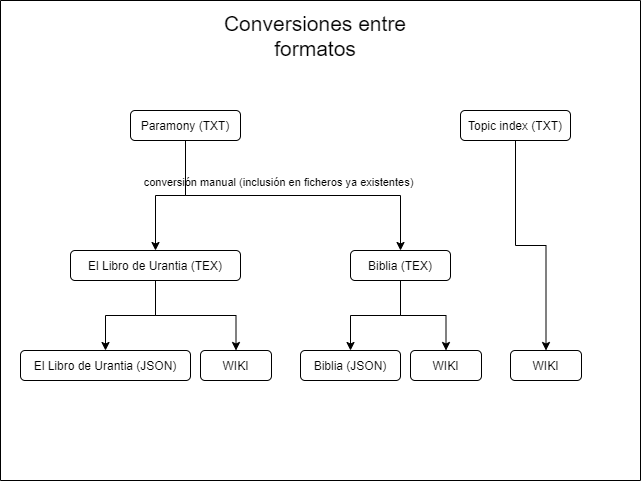
This is docs/formatos.png from JanHerca/urantiapedia, a draw.io export, as it was before one commit. Source tidied: cells renumbered, new cells last; positions are measured from the earlier drawing's top-left corner, leaving out a move shared by most shapes. The source it was exported from:
```xml
<mxGraphModel>
  <root>
    <mxCell id="0" />
    <mxCell id="1" parent="0" />
    <mxCell id="2" style="edgeStyle=orthogonalEdgeStyle;rounded=0;jettySize=auto;html=1;exitX=0.5;exitY=1;exitDx=0;exitDy=0;entryX=0.5;entryY=0;entryDx=0;entryDy=0;" parent="1" edge="1" source="5" target="8">
      <mxGeometry relative="1" as="geometry" />
    </mxCell>
    <mxCell id="3" value="conversión manual (inclusión en ficheros ya existentes)" style="edgeLabel;html=1;align=center;verticalAlign=middle;labelBackgroundColor=#ffffff;labelBorderColor=none;" parent="2" vertex="1">
      <mxGeometry x="0.23" y="2" relative="1" as="geometry">
        <mxPoint x="120" y="-15" as="offset" />
      </mxGeometry>
    </mxCell>
    <mxCell id="4" style="edgeStyle=orthogonalEdgeStyle;rounded=0;jettySize=auto;html=1;exitX=0.5;exitY=1;exitDx=0;exitDy=0;entryX=0.5;entryY=0;entryDx=0;entryDy=0;" parent="1" edge="1" source="5" target="11">
      <mxGeometry relative="1" as="geometry" />
    </mxCell>
    <mxCell id="5" value="Paramony (TXT)" style="rounded=1;whiteSpace=wrap;html=1;" parent="1" vertex="1">
      <mxGeometry x="130" y="110" width="110" height="30" as="geometry" />
    </mxCell>
    <mxCell id="6" style="edgeStyle=orthogonalEdgeStyle;rounded=0;jettySize=auto;html=1;exitX=0.5;exitY=1;exitDx=0;exitDy=0;" parent="1" edge="1" source="8" target="12">
      <mxGeometry relative="1" as="geometry" />
    </mxCell>
    <mxCell id="7" style="edgeStyle=orthogonalEdgeStyle;rounded=0;jettySize=auto;html=1;exitX=0.5;exitY=1;exitDx=0;exitDy=0;" parent="1" edge="1" source="8" target="13">
      <mxGeometry relative="1" as="geometry" />
    </mxCell>
    <mxCell id="8" value="El Libro de Urantia (TEX)" style="rounded=1;whiteSpace=wrap;html=1;" parent="1" vertex="1">
      <mxGeometry x="70" y="250" width="170" height="30" as="geometry" />
    </mxCell>
    <mxCell id="9" style="edgeStyle=orthogonalEdgeStyle;rounded=0;jettySize=auto;html=1;exitX=0.5;exitY=1;exitDx=0;exitDy=0;entryX=0.5;entryY=0;entryDx=0;entryDy=0;" parent="1" edge="1" source="11" target="15">
      <mxGeometry relative="1" as="geometry" />
    </mxCell>
    <mxCell id="10" style="edgeStyle=orthogonalEdgeStyle;rounded=0;jettySize=auto;html=1;exitX=0.5;exitY=1;exitDx=0;exitDy=0;" parent="1" edge="1" source="11" target="16">
      <mxGeometry relative="1" as="geometry" />
    </mxCell>
    <mxCell id="11" value="Biblia (TEX)" style="rounded=1;whiteSpace=wrap;html=1;" parent="1" vertex="1">
      <mxGeometry x="350" y="250" width="100" height="30" as="geometry" />
    </mxCell>
    <mxCell id="12" value="El Libro de Urantia (JSON)" style="rounded=1;whiteSpace=wrap;html=1;" parent="1" vertex="1">
      <mxGeometry x="20" y="350" width="170" height="30" as="geometry" />
    </mxCell>
    <mxCell id="13" value="WIKI" style="rounded=1;whiteSpace=wrap;html=1;" parent="1" vertex="1">
      <mxGeometry x="200" y="350" width="71" height="30" as="geometry" />
    </mxCell>
    <mxCell id="14" value="&lt;font style=&quot;font-size: 21px&quot;&gt;Conversiones entre formatos&lt;/font&gt;" style="text;html=1;strokeColor=none;fillColor=none;align=center;verticalAlign=middle;whiteSpace=wrap;rounded=0;" parent="1" vertex="1">
      <mxGeometry x="200" y="10" width="230" height="50" as="geometry" />
    </mxCell>
    <mxCell id="15" value="Biblia (JSON)" style="rounded=1;whiteSpace=wrap;html=1;" parent="1" vertex="1">
      <mxGeometry x="300" y="350" width="100" height="30" as="geometry" />
    </mxCell>
    <mxCell id="16" value="WIKI" style="rounded=1;whiteSpace=wrap;html=1;" parent="1" vertex="1">
      <mxGeometry x="410" y="350" width="71" height="30" as="geometry" />
    </mxCell>
    <mxCell id="17" style="endArrow=none;html=1;" parent="1" edge="1">
      <mxGeometry relative="1" as="geometry">
        <mxPoint as="sourcePoint" />
        <mxPoint x="640" as="targetPoint" />
      </mxGeometry>
    </mxCell>
    <mxCell id="18" style="endArrow=none;html=1;" parent="1" edge="1">
      <mxGeometry relative="1" as="geometry">
        <mxPoint as="sourcePoint" />
        <mxPoint y="480" as="targetPoint" />
      </mxGeometry>
    </mxCell>
    <mxCell id="19" style="endArrow=none;html=1;" parent="1" edge="1">
      <mxGeometry relative="1" as="geometry">
        <mxPoint x="640" as="sourcePoint" />
        <mxPoint x="640" y="480" as="targetPoint" />
      </mxGeometry>
    </mxCell>
    <mxCell id="20" style="endArrow=none;html=1;" parent="1" edge="1">
      <mxGeometry relative="1" as="geometry">
        <mxPoint y="480" as="sourcePoint" />
        <mxPoint x="640" y="480" as="targetPoint" />
      </mxGeometry>
    </mxCell>
    <mxCell id="21" style="edgeStyle=orthogonalEdgeStyle;rounded=0;jettySize=auto;html=1;exitX=0.5;exitY=1;exitDx=0;exitDy=0;entryX=0.5;entryY=0;entryDx=0;entryDy=0;" parent="1" edge="1" source="22" target="23">
      <mxGeometry relative="1" as="geometry" />
    </mxCell>
    <mxCell id="22" value="Topic index (TXT)" style="rounded=1;whiteSpace=wrap;html=1;" parent="1" vertex="1">
      <mxGeometry x="460" y="110" width="110" height="30" as="geometry" />
    </mxCell>
    <mxCell id="23" value="WIKI" style="rounded=1;whiteSpace=wrap;html=1;" parent="1" vertex="1">
      <mxGeometry x="510" y="350" width="71" height="30" as="geometry" />
    </mxCell>
  </root>
</mxGraphModel>
```
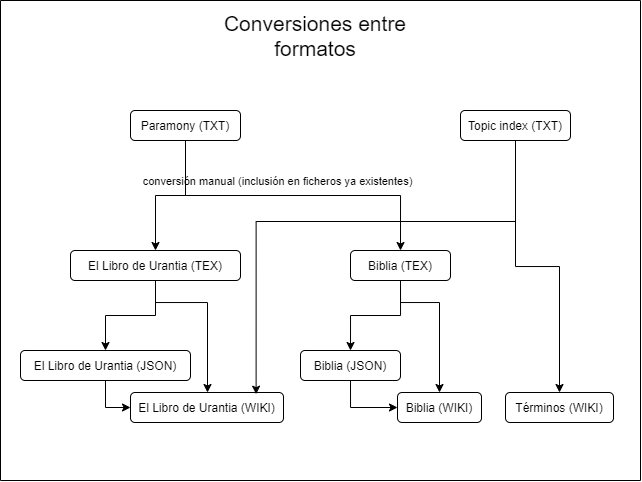
Above is the later version.

Change to the diagram source:
```diff
@@ -20,7 +20,12 @@
       <mxGeometry relative="1" as="geometry" />
     </mxCell>
     <mxCell id="7" style="edgeStyle=orthogonalEdgeStyle;rounded=0;jettySize=auto;html=1;exitX=0.5;exitY=1;exitDx=0;exitDy=0;" parent="1" edge="1" source="8" target="13">
-      <mxGeometry relative="1" as="geometry" />
+      <mxGeometry relative="1" as="geometry">
+        <Array as="points">
+          <mxPoint x="155" y="302" />
+          <mxPoint x="207" y="302" />
+        </Array>
+      </mxGeometry>
     </mxCell>
     <mxCell id="8" value="El Libro de Urantia (TEX)" style="rounded=1;whiteSpace=wrap;html=1;" parent="1" vertex="1">
       <mxGeometry x="70" y="250" width="170" height="30" as="geometry" />
@@ -29,7 +34,12 @@
       <mxGeometry relative="1" as="geometry" />
     </mxCell>
     <mxCell id="10" style="edgeStyle=orthogonalEdgeStyle;rounded=0;jettySize=auto;html=1;exitX=0.5;exitY=1;exitDx=0;exitDy=0;" parent="1" edge="1" source="11" target="16">
-      <mxGeometry relative="1" as="geometry" />
+      <mxGeometry relative="1" as="geometry">
+        <Array as="points">
+          <mxPoint x="400" y="302" />
+          <mxPoint x="439" y="302" />
+        </Array>
+      </mxGeometry>
     </mxCell>
     <mxCell id="11" value="Biblia (TEX)" style="rounded=1;whiteSpace=wrap;html=1;" parent="1" vertex="1">
       <mxGeometry x="350" y="250" width="100" height="30" as="geometry" />
@@ -37,8 +47,8 @@
     <mxCell id="12" value="El Libro de Urantia (JSON)" style="rounded=1;whiteSpace=wrap;html=1;" parent="1" vertex="1">
       <mxGeometry x="20" y="350" width="170" height="30" as="geometry" />
     </mxCell>
-    <mxCell id="13" value="WIKI" style="rounded=1;whiteSpace=wrap;html=1;" parent="1" vertex="1">
-      <mxGeometry x="200" y="350" width="71" height="30" as="geometry" />
+    <mxCell id="13" value="El Libro de Urantia (WIKI)" style="rounded=1;whiteSpace=wrap;html=1;" parent="1" vertex="1">
+      <mxGeometry x="130" y="392" width="153" height="30" as="geometry" />
     </mxCell>
     <mxCell id="14" value="&lt;font style=&quot;font-size: 21px&quot;&gt;Conversiones entre formatos&lt;/font&gt;" style="text;html=1;strokeColor=none;fillColor=none;align=center;verticalAlign=middle;whiteSpace=wrap;rounded=0;" parent="1" vertex="1">
       <mxGeometry x="200" y="10" width="230" height="50" as="geometry" />
@@ -46,8 +56,8 @@
     <mxCell id="15" value="Biblia (JSON)" style="rounded=1;whiteSpace=wrap;html=1;" parent="1" vertex="1">
       <mxGeometry x="300" y="350" width="100" height="30" as="geometry" />
     </mxCell>
-    <mxCell id="16" value="WIKI" style="rounded=1;whiteSpace=wrap;html=1;" parent="1" vertex="1">
-      <mxGeometry x="410" y="350" width="71" height="30" as="geometry" />
+    <mxCell id="16" value="Biblia (WIKI)" style="rounded=1;whiteSpace=wrap;html=1;" parent="1" vertex="1">
+      <mxGeometry x="397" y="392" width="84" height="30" as="geometry" />
     </mxCell>
     <mxCell id="17" style="endArrow=none;html=1;" parent="1" edge="1">
       <mxGeometry relative="1" as="geometry">
@@ -79,8 +89,30 @@
     <mxCell id="22" value="Topic index (TXT)" style="rounded=1;whiteSpace=wrap;html=1;" parent="1" vertex="1">
       <mxGeometry x="460" y="110" width="110" height="30" as="geometry" />
     </mxCell>
-    <mxCell id="23" value="WIKI" style="rounded=1;whiteSpace=wrap;html=1;" parent="1" vertex="1">
-      <mxGeometry x="510" y="350" width="71" height="30" as="geometry" />
+    <mxCell id="23" value="Términos (WIKI)" style="rounded=1;whiteSpace=wrap;html=1;" parent="1" vertex="1">
+      <mxGeometry x="505" y="392" width="108" height="30" as="geometry" />
     </mxCell>
+    <mxCell id="24" style="edgeStyle=orthogonalEdgeStyle;rounded=0;jettySize=auto;html=1;exitX=0.5;exitY=1;exitDx=0;exitDy=0;entryX=0;entryY=0.5;entryDx=0;entryDy=0;" parent="1" edge="1" source="12" target="13">
+      <mxGeometry relative="1" as="geometry">
+        <Array as="points">
+          <mxPoint x="105" y="407" />
+        </Array>
+      </mxGeometry>
+    </mxCell>
+    <mxCell id="25" style="edgeStyle=orthogonalEdgeStyle;rounded=0;jettySize=auto;html=1;exitX=0.5;exitY=1;exitDx=0;exitDy=0;entryX=0;entryY=0.5;entryDx=0;entryDy=0;" parent="1" edge="1" source="15" target="16">
+      <mxGeometry relative="1" as="geometry">
+        <Array as="points">
+          <mxPoint x="350" y="407" />
+        </Array>
+      </mxGeometry>
+    </mxCell>
+    <mxCell id="26" style="edgeStyle=orthogonalEdgeStyle;rounded=0;jettySize=auto;html=1;exitX=0.5;exitY=1;exitDx=0;exitDy=0;entryX=0.821;entryY=0.056;entryDx=0;entryDy=0;entryPerimeter=0;" parent="1" edge="1" source="22" target="13">
+      <mxGeometry relative="1" as="geometry">
+        <Array as="points">
+          <mxPoint x="515" y="221" />
+          <mxPoint x="256" y="221" />
+        </Array>
+      </mxGeometry>
+    </mxCell>
   </root>
 </mxGraphModel>
```
